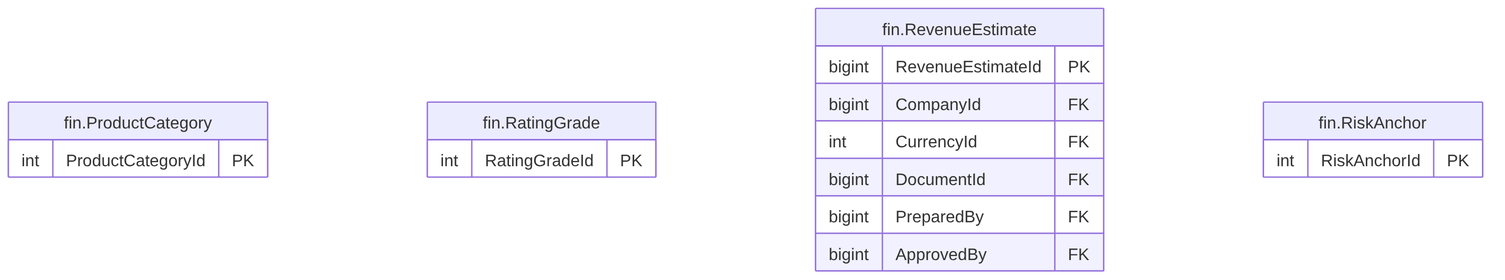
Above: treasury-platform/docs/diagrams/erd/m5_financials_9.png in thawrasy/smartlines (Mermaid), before the change. Its source is kept beside it as treasury-platform/docs/diagrams/erd/m5_financials_9.mmd.
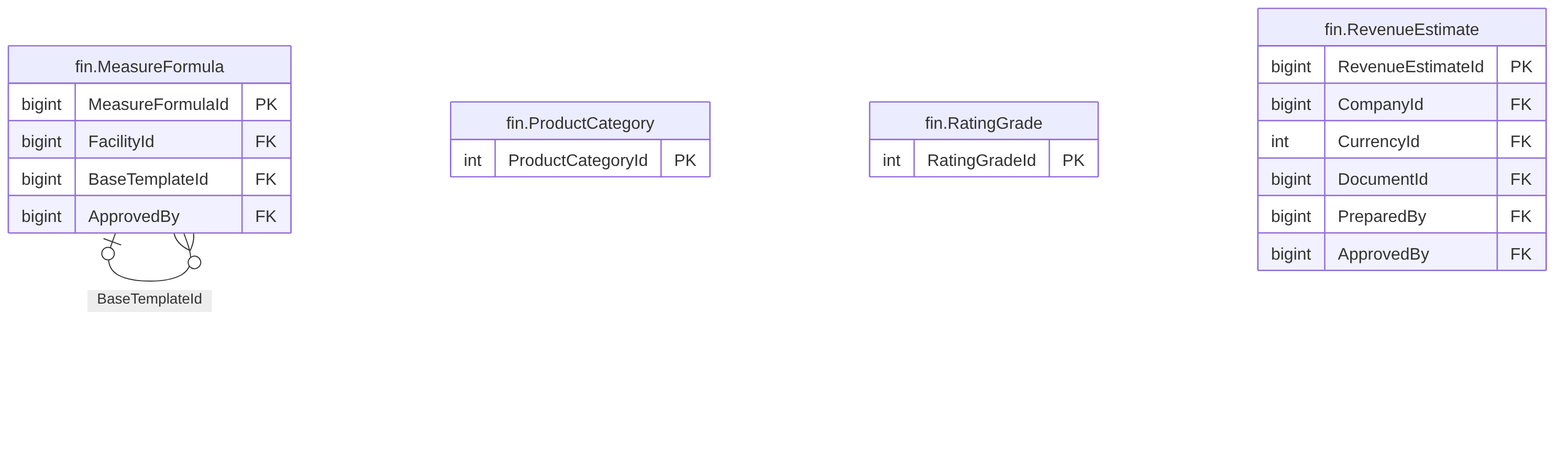
The same file after the commit.

Change to the diagram source:
```diff
@@ -1,4 +1,10 @@
 erDiagram
+  fin_MeasureFormula["fin.MeasureFormula"] {
+    bigint MeasureFormulaId PK
+    bigint FacilityId FK
+    bigint BaseTemplateId FK
+    bigint ApprovedBy FK
+  }
   fin_ProductCategory["fin.ProductCategory"] {
     int ProductCategoryId PK
   }
@@ -13,6 +19,4 @@
     bigint PreparedBy FK
     bigint ApprovedBy FK
   }
-  fin_RiskAnchor["fin.RiskAnchor"] {
-    int RiskAnchorId PK
-  }
+  fin_MeasureFormula |o--o{ fin_MeasureFormula : "BaseTemplateId"
```
